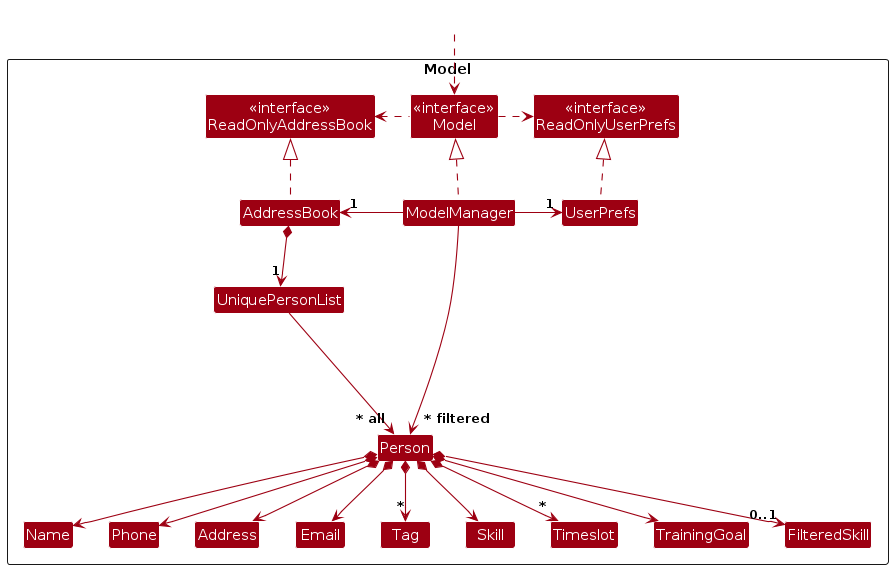
Earlier version of the PlantUML export diagrams/ModelClassDiagram.png (momentumnn/tp). Its source is kept beside it as diagrams/ModelClassDiagram.puml.
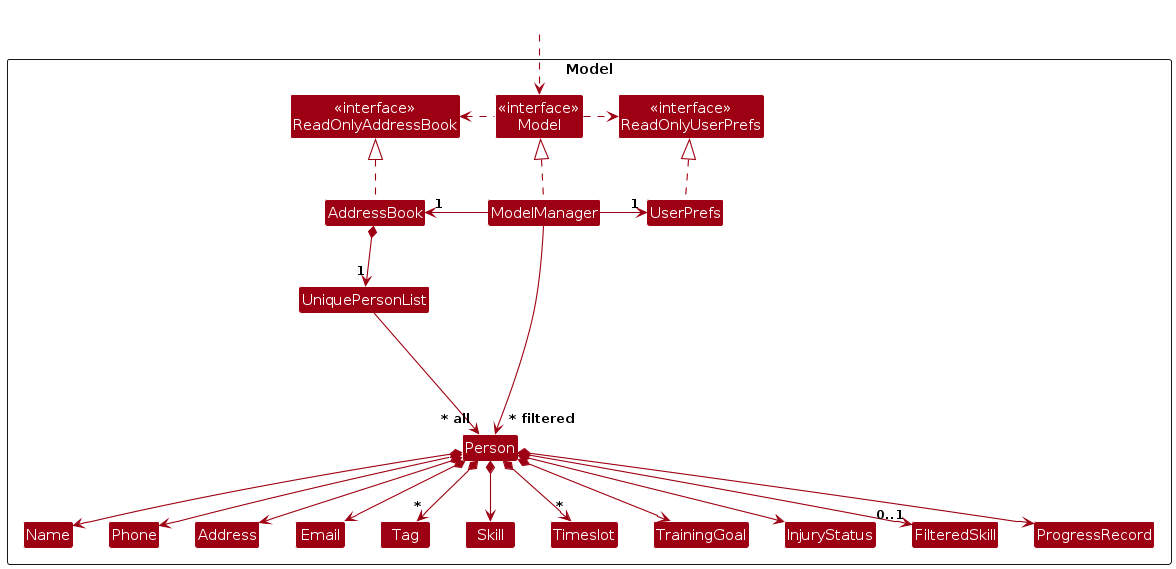
After the commit.

Diff of the diagram source:
```diff
@@ -22,7 +22,9 @@
 Class Skill
 Class Timeslot
 Class TrainingGoal
+Class InjuryStatus
 Class FilteredSkill
+Class ProgressRecord
 
 Class I #FFFFFF
 }
@@ -49,7 +51,9 @@
 Person *--> Skill
 Person *--> "*" Timeslot
 Person *--> TrainingGoal
+Person *--> InjuryStatus
 Person *--> "0..1" FilteredSkill
+Person *--> ProgressRecord
 
 Person -[hidden]up--> I
 UniquePersonList -[hidden]right-> I
```
